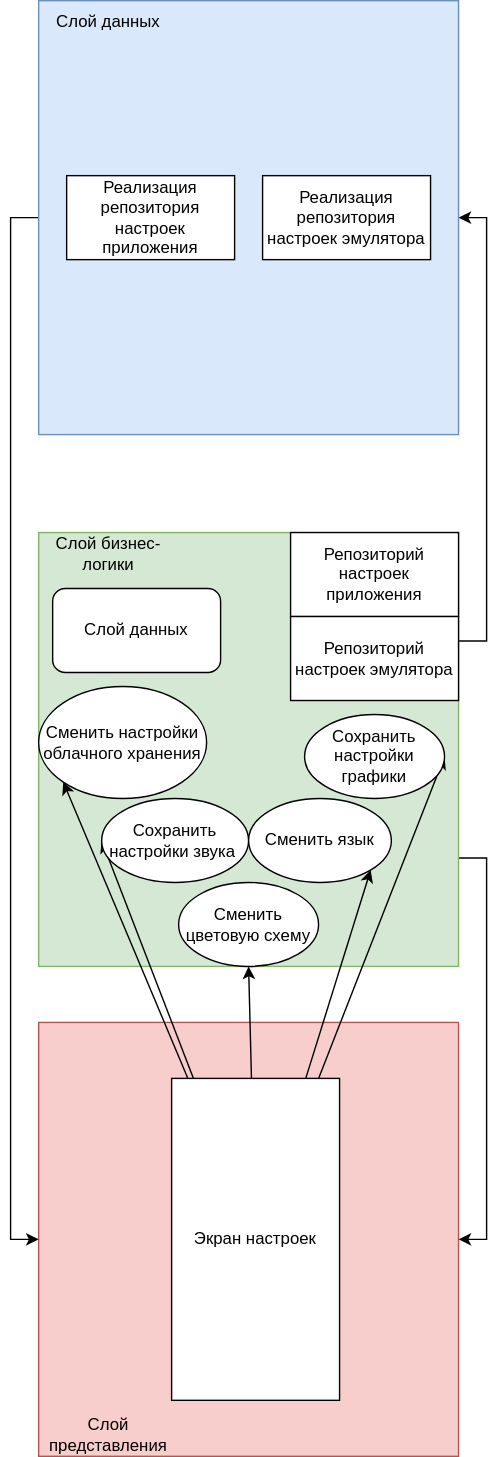
This is graphs/settings.svg from AkvaLin/iES, a draw.io export, as it was before one commit. Source tidied: cells renumbered, new cells last; positions are measured from the earlier drawing's top-left corner, leaving out a move shared by most shapes. The source it was exported from:
```xml
<mxGraphModel>
  <root>
    <mxCell id="0" />
    <mxCell id="1" parent="0" />
    <mxCell id="2" style="rounded=0;whiteSpace=wrap;html=1;fillColor=#f8cecc;strokeColor=#b85450;" parent="1" vertex="1">
      <mxGeometry y="730" width="300" height="310" as="geometry" />
    </mxCell>
    <mxCell id="3" style="edgeStyle=orthogonalEdgeStyle;rounded=0;jettySize=auto;html=1;exitX=1;exitY=0.25;exitDx=0;exitDy=0;entryX=1;entryY=0.5;entryDx=0;entryDy=0;" parent="1" edge="1" source="5" target="10">
      <mxGeometry relative="1" as="geometry" />
    </mxCell>
    <mxCell id="4" style="edgeStyle=orthogonalEdgeStyle;rounded=0;jettySize=auto;html=1;exitX=1;exitY=0.75;exitDx=0;exitDy=0;entryX=1;entryY=0.5;entryDx=0;entryDy=0;" parent="1" edge="1" source="5" target="2">
      <mxGeometry relative="1" as="geometry" />
    </mxCell>
    <mxCell id="5" style="rounded=0;whiteSpace=wrap;html=1;fillColor=#d5e8d4;strokeColor=#82b366;fillStyle=auto;" parent="1" vertex="1">
      <mxGeometry y="380" width="300" height="310" as="geometry" />
    </mxCell>
    <mxCell id="6" value="Слой представления" style="text;html=1;align=center;verticalAlign=middle;whiteSpace=wrap;rounded=0;" parent="1" vertex="1">
      <mxGeometry y="1010" width="100" height="30" as="geometry" />
    </mxCell>
    <mxCell id="7" value="Слой бизнес-логики" style="text;html=1;align=center;verticalAlign=middle;whiteSpace=wrap;rounded=0;" parent="1" vertex="1">
      <mxGeometry y="380" width="100" height="30" as="geometry" />
    </mxCell>
    <mxCell id="8" value="Слой данных" style="rounded=1;whiteSpace=wrap;html=1;" parent="1" vertex="1">
      <mxGeometry x="10" y="420" width="120" height="60" as="geometry" />
    </mxCell>
    <mxCell id="9" style="edgeStyle=orthogonalEdgeStyle;rounded=0;jettySize=auto;html=1;exitX=0;exitY=0.5;exitDx=0;exitDy=0;entryX=0;entryY=0.5;entryDx=0;entryDy=0;" parent="1" edge="1" source="10" target="2">
      <mxGeometry relative="1" as="geometry" />
    </mxCell>
    <mxCell id="10" style="rounded=0;whiteSpace=wrap;html=1;fillColor=#dae8fc;strokeColor=#6c8ebf;fillStyle=auto;" parent="1" vertex="1">
      <mxGeometry width="300" height="310" as="geometry" />
    </mxCell>
    <mxCell id="11" value="Слой данных" style="text;html=1;align=center;verticalAlign=middle;whiteSpace=wrap;rounded=0;" parent="1" vertex="1">
      <mxGeometry width="100" height="30" as="geometry" />
    </mxCell>
    <mxCell id="12" value="Репозиторий настроек приложения" style="rounded=0;whiteSpace=wrap;html=1;" parent="1" vertex="1">
      <mxGeometry x="180" y="380" width="120" height="60" as="geometry" />
    </mxCell>
    <mxCell id="13" value="Реализация репозитория настроек приложения" style="rounded=0;whiteSpace=wrap;html=1;" parent="1" vertex="1">
      <mxGeometry x="20" y="125" width="120" height="60" as="geometry" />
    </mxCell>
    <mxCell id="14" style="rounded=0;jettySize=auto;html=1;entryX=0;entryY=0.5;entryDx=0;entryDy=0;" parent="1" edge="1" source="19" target="21">
      <mxGeometry relative="1" as="geometry" />
    </mxCell>
    <mxCell id="15" style="rounded=0;jettySize=auto;html=1;entryX=0;entryY=1;entryDx=0;entryDy=0;" parent="1" edge="1" source="19" target="24">
      <mxGeometry relative="1" as="geometry" />
    </mxCell>
    <mxCell id="16" style="rounded=0;jettySize=auto;html=1;entryX=0.5;entryY=1;entryDx=0;entryDy=0;" parent="1" edge="1" source="19" target="22">
      <mxGeometry relative="1" as="geometry" />
    </mxCell>
    <mxCell id="17" style="rounded=0;jettySize=auto;html=1;entryX=1;entryY=1;entryDx=0;entryDy=0;" parent="1" edge="1" source="19" target="23">
      <mxGeometry relative="1" as="geometry" />
    </mxCell>
    <mxCell id="18" style="rounded=0;jettySize=auto;html=1;entryX=1;entryY=0.5;entryDx=0;entryDy=0;" parent="1" edge="1" source="19" target="20">
      <mxGeometry relative="1" as="geometry" />
    </mxCell>
    <mxCell id="19" value="Экран настроек" style="rounded=0;whiteSpace=wrap;html=1;" parent="1" vertex="1">
      <mxGeometry x="95" y="770" width="120" height="230" as="geometry" />
    </mxCell>
    <mxCell id="20" value="Сохранить настройки графики" style="ellipse;whiteSpace=wrap;html=1;" parent="1" vertex="1">
      <mxGeometry x="190" y="510" width="100" height="60" as="geometry" />
    </mxCell>
    <mxCell id="21" value="Сохранить настройки звука&amp;nbsp;" style="ellipse;whiteSpace=wrap;html=1;" parent="1" vertex="1">
      <mxGeometry x="45" y="570" width="105" height="60" as="geometry" />
    </mxCell>
    <mxCell id="22" value="Сменить цветовую схему" style="ellipse;whiteSpace=wrap;html=1;" parent="1" vertex="1">
      <mxGeometry x="100" y="630" width="100" height="60" as="geometry" />
    </mxCell>
    <mxCell id="23" value="Сменить язык" style="ellipse;whiteSpace=wrap;html=1;" parent="1" vertex="1">
      <mxGeometry x="150" y="570" width="102" height="60" as="geometry" />
    </mxCell>
    <mxCell id="24" value="Сменить настройки облачного хранения" style="ellipse;whiteSpace=wrap;html=1;" parent="1" vertex="1">
      <mxGeometry y="490" width="120" height="80" as="geometry" />
    </mxCell>
    <mxCell id="25" value="Репозиторий настроек эмулятора" style="rounded=0;whiteSpace=wrap;html=1;" parent="1" vertex="1">
      <mxGeometry x="180" y="440" width="120" height="60" as="geometry" />
    </mxCell>
    <mxCell id="26" value="Реализация репозитория настроек эмулятора" style="rounded=0;whiteSpace=wrap;html=1;" parent="1" vertex="1">
      <mxGeometry x="160" y="125" width="120" height="60" as="geometry" />
    </mxCell>
  </root>
</mxGraphModel>
```
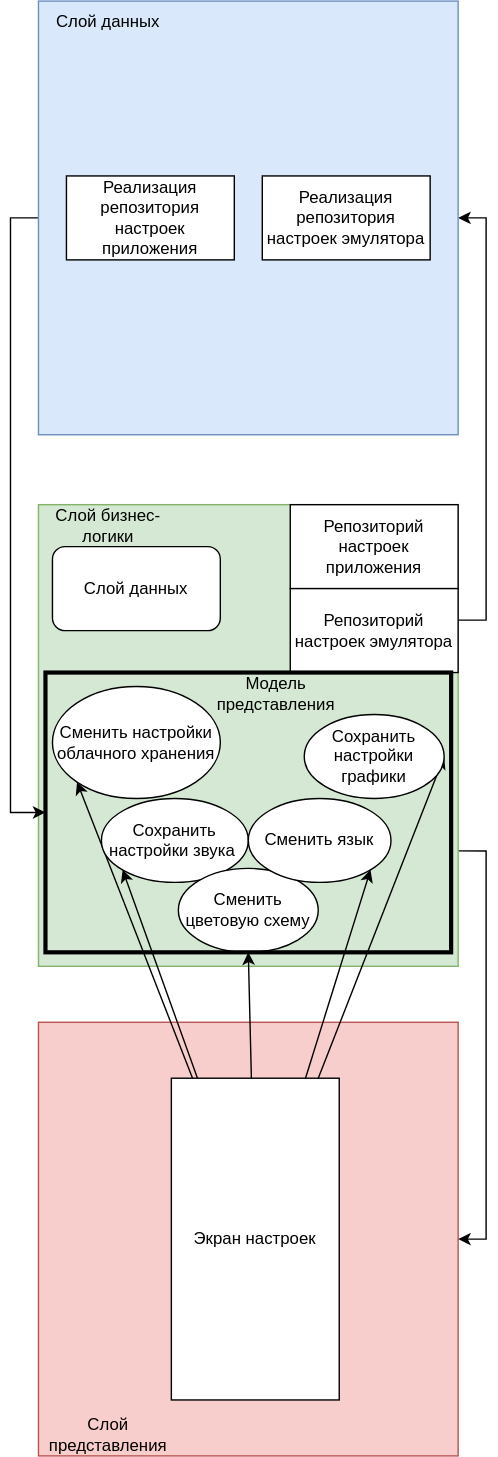
Later version of the same file.

The edit, as a diff of the source:
```diff
@@ -12,18 +12,18 @@
       <mxGeometry relative="1" as="geometry" />
     </mxCell>
     <mxCell id="5" style="rounded=0;whiteSpace=wrap;html=1;fillColor=#d5e8d4;strokeColor=#82b366;fillStyle=auto;" parent="1" vertex="1">
-      <mxGeometry y="380" width="300" height="310" as="geometry" />
+      <mxGeometry y="360" width="300" height="330" as="geometry" />
     </mxCell>
     <mxCell id="6" value="Слой представления" style="text;html=1;align=center;verticalAlign=middle;whiteSpace=wrap;rounded=0;" parent="1" vertex="1">
       <mxGeometry y="1010" width="100" height="30" as="geometry" />
     </mxCell>
     <mxCell id="7" value="Слой бизнес-логики" style="text;html=1;align=center;verticalAlign=middle;whiteSpace=wrap;rounded=0;" parent="1" vertex="1">
-      <mxGeometry y="380" width="100" height="30" as="geometry" />
+      <mxGeometry y="360" width="100" height="30" as="geometry" />
     </mxCell>
     <mxCell id="8" value="Слой данных" style="rounded=1;whiteSpace=wrap;html=1;" parent="1" vertex="1">
-      <mxGeometry x="10" y="420" width="120" height="60" as="geometry" />
+      <mxGeometry x="10" y="390" width="120" height="60" as="geometry" />
     </mxCell>
-    <mxCell id="9" style="edgeStyle=orthogonalEdgeStyle;rounded=0;jettySize=auto;html=1;exitX=0;exitY=0.5;exitDx=0;exitDy=0;entryX=0;entryY=0.5;entryDx=0;entryDy=0;" parent="1" edge="1" source="10" target="2">
+    <mxCell id="9" style="edgeStyle=orthogonalEdgeStyle;rounded=0;jettySize=auto;html=1;exitX=0;exitY=0.5;exitDx=0;exitDy=0;entryX=0;entryY=0.5;entryDx=0;entryDy=0;" parent="1" edge="1" source="10" target="27">
       <mxGeometry relative="1" as="geometry" />
     </mxCell>
     <mxCell id="10" style="rounded=0;whiteSpace=wrap;html=1;fillColor=#dae8fc;strokeColor=#6c8ebf;fillStyle=auto;" parent="1" vertex="1">
@@ -33,12 +33,12 @@
       <mxGeometry width="100" height="30" as="geometry" />
     </mxCell>
     <mxCell id="12" value="Репозиторий настроек приложения" style="rounded=0;whiteSpace=wrap;html=1;" parent="1" vertex="1">
-      <mxGeometry x="180" y="380" width="120" height="60" as="geometry" />
+      <mxGeometry x="180" y="360" width="120" height="60" as="geometry" />
     </mxCell>
     <mxCell id="13" value="Реализация репозитория настроек приложения" style="rounded=0;whiteSpace=wrap;html=1;" parent="1" vertex="1">
       <mxGeometry x="20" y="125" width="120" height="60" as="geometry" />
     </mxCell>
-    <mxCell id="14" style="rounded=0;jettySize=auto;html=1;entryX=0;entryY=0.5;entryDx=0;entryDy=0;" parent="1" edge="1" source="19" target="21">
+    <mxCell id="14" style="rounded=0;jettySize=auto;html=1;entryX=0;entryY=1;entryDx=0;entryDy=0;" parent="1" edge="1" source="19" target="21">
       <mxGeometry relative="1" as="geometry" />
     </mxCell>
     <mxCell id="15" style="rounded=0;jettySize=auto;html=1;entryX=0;entryY=1;entryDx=0;entryDy=0;" parent="1" edge="1" source="19" target="24">
@@ -63,19 +63,25 @@
       <mxGeometry x="45" y="570" width="105" height="60" as="geometry" />
     </mxCell>
     <mxCell id="22" value="Сменить цветовую схему" style="ellipse;whiteSpace=wrap;html=1;" parent="1" vertex="1">
-      <mxGeometry x="100" y="630" width="100" height="60" as="geometry" />
+      <mxGeometry x="100" y="620" width="100" height="60" as="geometry" />
     </mxCell>
     <mxCell id="23" value="Сменить язык" style="ellipse;whiteSpace=wrap;html=1;" parent="1" vertex="1">
       <mxGeometry x="150" y="570" width="102" height="60" as="geometry" />
     </mxCell>
     <mxCell id="24" value="Сменить настройки облачного хранения" style="ellipse;whiteSpace=wrap;html=1;" parent="1" vertex="1">
-      <mxGeometry y="490" width="120" height="80" as="geometry" />
+      <mxGeometry x="10" y="490" width="120" height="80" as="geometry" />
     </mxCell>
     <mxCell id="25" value="Репозиторий настроек эмулятора" style="rounded=0;whiteSpace=wrap;html=1;" parent="1" vertex="1">
-      <mxGeometry x="180" y="440" width="120" height="60" as="geometry" />
+      <mxGeometry x="180" y="420" width="120" height="60" as="geometry" />
     </mxCell>
     <mxCell id="26" value="Реализация репозитория настроек эмулятора" style="rounded=0;whiteSpace=wrap;html=1;" parent="1" vertex="1">
       <mxGeometry x="160" y="125" width="120" height="60" as="geometry" />
     </mxCell>
+    <mxCell id="27" style="rounded=0;whiteSpace=wrap;html=1;fillColor=none;strokeWidth=3;" parent="1" vertex="1">
+      <mxGeometry x="5" y="480" width="290" height="200" as="geometry" />
+    </mxCell>
+    <mxCell id="28" value="Модель представления" style="text;html=1;align=center;verticalAlign=middle;whiteSpace=wrap;rounded=0;" parent="1" vertex="1">
+      <mxGeometry x="120" y="480" width="100" height="30" as="geometry" />
+    </mxCell>
   </root>
 </mxGraphModel>
```
